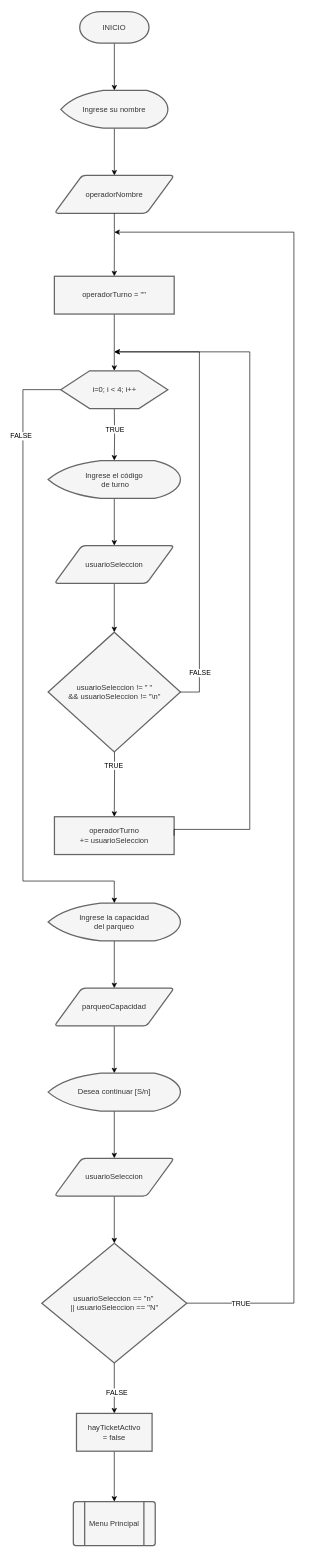
Earlier version of the draw.io diagram page "Registro Inicial" (1 of 6) of docs/GRAPHS.drawio (xrmerida/SmartPark). Source tidied: cells renumbered, new cells numbered last; positions are measured from the earlier drawing's top-left corner, leaving out a move shared by most shapes. Both pictures are drawn from the tidied source at 63%, with x=0, y=0 at pixel (23, 11).
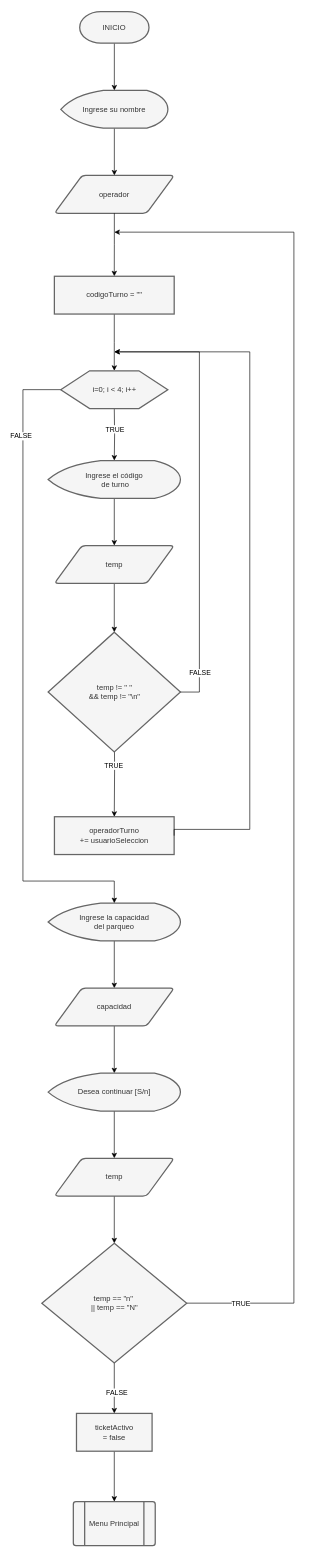
After the change.

Change to the diagram source:
```diff
@@
-    <mxCell id="7" value="operadorNombre" style="shape=parallelogram;html=1;strokeWidth=2;perimeter=parallelogramPerimeter;whiteSpace=wrap;rounded=1;arcSize=12;size=0.23;fillColor=#f5f5f5;fontColor=#333333;strokeColor=#666666;verticalAlign=middle;align=center;labelPosition=center;verticalLabelPosition=middle;" parent="1" vertex="1">
+    <mxCell id="7" value="operador" style="shape=parallelogram;html=1;strokeWidth=2;perimeter=parallelogramPerimeter;whiteSpace=wrap;rounded=1;arcSize=12;size=0.23;fillColor=#f5f5f5;fontColor=#333333;strokeColor=#666666;verticalAlign=middle;align=center;labelPosition=center;verticalLabelPosition=middle;" parent="1" vertex="1">
       <mxGeometry x="50" y="260" width="190" height="60" as="geometry" />
     </mxCell>
@@
-    <mxCell id="11" value="usuarioSeleccion" style="shape=parallelogram;html=1;strokeWidth=2;perimeter=parallelogramPerimeter;whiteSpace=wrap;rounded=1;arcSize=12;size=0.23;fillColor=#f5f5f5;fontColor=#333333;strokeColor=#666666;verticalAlign=middle;align=center;labelPosition=center;verticalLabelPosition=middle;" parent="1" vertex="1">
+    <mxCell id="11" value="temp" style="shape=parallelogram;html=1;strokeWidth=2;perimeter=parallelogramPerimeter;whiteSpace=wrap;rounded=1;arcSize=12;size=0.23;fillColor=#f5f5f5;fontColor=#333333;strokeColor=#666666;verticalAlign=middle;align=center;labelPosition=center;verticalLabelPosition=middle;" parent="1" vertex="1">
       <mxGeometry x="49.9" y="847.5" width="190" height="60" as="geometry" />
     </mxCell>
@@
-    <mxCell id="17" value="parqueoCapacidad" style="shape=parallelogram;html=1;strokeWidth=2;perimeter=parallelogramPerimeter;whiteSpace=wrap;rounded=1;arcSize=12;size=0.23;fillColor=#f5f5f5;fontColor=#333333;strokeColor=#666666;verticalAlign=middle;align=center;labelPosition=center;verticalLabelPosition=middle;" parent="1" vertex="1">
+    <mxCell id="17" value="capacidad" style="shape=parallelogram;html=1;strokeWidth=2;perimeter=parallelogramPerimeter;whiteSpace=wrap;rounded=1;arcSize=12;size=0.23;fillColor=#f5f5f5;fontColor=#333333;strokeColor=#666666;verticalAlign=middle;align=center;labelPosition=center;verticalLabelPosition=middle;" parent="1" vertex="1">
       <mxGeometry x="49.9" y="1550" width="190" height="60" as="geometry" />
     </mxCell>
@@
-    <mxCell id="21" value="usuarioSeleccion" style="shape=parallelogram;html=1;strokeWidth=2;perimeter=parallelogramPerimeter;whiteSpace=wrap;rounded=1;arcSize=12;size=0.23;fillColor=#f5f5f5;fontColor=#333333;strokeColor=#666666;verticalAlign=middle;align=center;labelPosition=center;verticalLabelPosition=middle;" parent="1" vertex="1">
+    <mxCell id="21" value="temp" style="shape=parallelogram;html=1;strokeWidth=2;perimeter=parallelogramPerimeter;whiteSpace=wrap;rounded=1;arcSize=12;size=0.23;fillColor=#f5f5f5;fontColor=#333333;strokeColor=#666666;verticalAlign=middle;align=center;labelPosition=center;verticalLabelPosition=middle;" parent="1" vertex="1">
       <mxGeometry x="49.9" y="1820" width="190" height="60" as="geometry" />
     </mxCell>
@@
-    <mxCell id="26" value="&lt;div&gt;usuarioSeleccion == &quot;n&quot;&amp;nbsp;&lt;/div&gt;&lt;div&gt;|| usuarioSeleccion == &quot;N&quot;&lt;/div&gt;" style="strokeWidth=2;html=1;shape=mxgraph.flowchart.decision;fillColor=#f5f5f5;fontColor=#333333;strokeColor=#666666;verticalAlign=middle;align=center;labelPosition=center;verticalLabelPosition=middle;shadow=0;" parent="1" vertex="1">
+    <mxCell id="26" value="&lt;div&gt;temp == &quot;n&quot;&amp;nbsp;&lt;/div&gt;&lt;div&gt;|| temp == &quot;N&quot;&lt;/div&gt;" style="strokeWidth=2;html=1;shape=mxgraph.flowchart.decision;fillColor=#f5f5f5;fontColor=#333333;strokeColor=#666666;verticalAlign=middle;align=center;labelPosition=center;verticalLabelPosition=middle;shadow=0;" parent="1" vertex="1">
       <mxGeometry x="29.9" y="1955" width="230" height="190" as="geometry" />
     </mxCell>
@@
-    <mxCell id="33" value="&lt;div&gt;hayTicketActivo&lt;/div&gt;&lt;div&gt;= false&lt;/div&gt;" style="rounded=0;whiteSpace=wrap;html=1;fillColor=#f5f5f5;fontColor=#333333;strokeColor=#666666;strokeWidth=2;verticalAlign=middle;align=center;labelPosition=center;verticalLabelPosition=middle;" parent="1" vertex="1">
+    <mxCell id="33" value="&lt;div&gt;ticketActivo&lt;/div&gt;&lt;div&gt;= false&lt;/div&gt;" style="rounded=0;whiteSpace=wrap;html=1;fillColor=#f5f5f5;fontColor=#333333;strokeColor=#666666;strokeWidth=2;verticalAlign=middle;align=center;labelPosition=center;verticalLabelPosition=middle;" parent="1" vertex="1">
       <mxGeometry x="84.9" y="2225" width="120" height="60" as="geometry" />
     </mxCell>
-    <mxCell id="34" value="&lt;div&gt;usuarioSeleccion != &quot; &quot;&lt;/div&gt;&lt;div&gt;&amp;amp;&amp;amp; usuarioSeleccion != &quot;\n&quot;&lt;/div&gt;" style="strokeWidth=2;html=1;shape=mxgraph.flowchart.decision;fillColor=#f5f5f5;fontColor=#333333;strokeColor=#666666;verticalAlign=middle;align=center;labelPosition=center;verticalLabelPosition=middle;shadow=0;" parent="1" vertex="1">
+    <mxCell id="34" value="&lt;div&gt;temp != &quot; &quot;&lt;/div&gt;&lt;div&gt;&amp;amp;&amp;amp; temp != &quot;\n&quot;&lt;/div&gt;" style="strokeWidth=2;html=1;shape=mxgraph.flowchart.decision;fillColor=#f5f5f5;fontColor=#333333;strokeColor=#666666;verticalAlign=middle;align=center;labelPosition=center;verticalLabelPosition=middle;shadow=0;" parent="1" vertex="1">
       <mxGeometry x="39.9" y="985" width="210" height="190" as="geometry" />
     </mxCell>
@@
-    <mxCell id="41" value="operadorTurno = &quot;&quot;" style="rounded=0;whiteSpace=wrap;html=1;fillColor=#f5f5f5;fontColor=#333333;strokeColor=#666666;strokeWidth=2;verticalAlign=middle;labelPosition=center;verticalLabelPosition=middle;align=center;" parent="1" vertex="1">
+    <mxCell id="41" value="codigoTurno = &quot;&quot;" style="rounded=0;whiteSpace=wrap;html=1;fillColor=#f5f5f5;fontColor=#333333;strokeColor=#666666;strokeWidth=2;verticalAlign=middle;labelPosition=center;verticalLabelPosition=middle;align=center;" parent="1" vertex="1">
       <mxGeometry x="49.8" y="420" width="190.2" height="60" as="geometry" />
     </mxCell>
```
